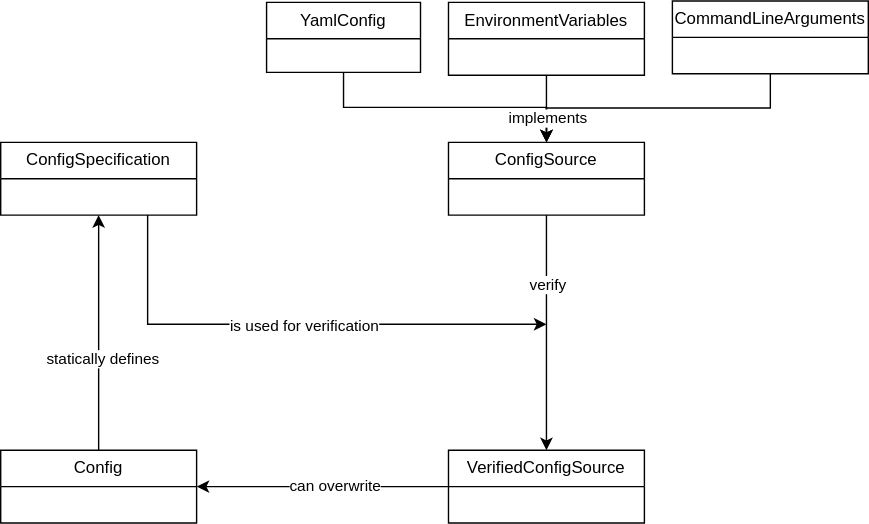
The draw.io diagram doc/config.svg in GenSpectrum/LAPIS-SILO, before a commit. Source tidied: cells renumbered, new cells last; positions are measured from the earlier drawing's top-left corner, leaving out a move shared by most shapes.
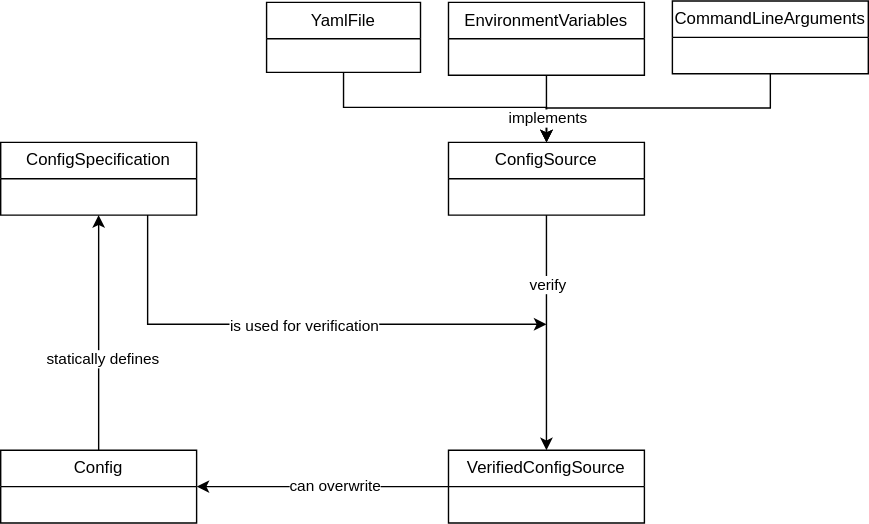
Later version of the same file.

Diff of the diagram source:
```diff
@@ -48,7 +48,7 @@
     <mxCell id="14" style="edgeStyle=orthogonalEdgeStyle;rounded=0;jettySize=auto;html=1;exitX=0.5;exitY=1;exitDx=0;exitDy=0;entryX=0.5;entryY=0;entryDx=0;entryDy=0;" parent="1" edge="1" source="15" target="13">
       <mxGeometry relative="1" as="geometry" />
     </mxCell>
-    <mxCell id="15" value="YamlConfig" style="swimlane;fontStyle=0;horizontal=1;startSize=26;fillColor=none;whiteSpace=wrap;html=1;" parent="1" vertex="1">
+    <mxCell id="15" value="YamlFile" style="swimlane;fontStyle=0;horizontal=1;startSize=26;fillColor=none;whiteSpace=wrap;html=1;" parent="1" vertex="1">
       <mxGeometry x="190" y="1" width="110" height="50" as="geometry" />
     </mxCell>
     <mxCell id="16" style="edgeStyle=orthogonalEdgeStyle;rounded=0;jettySize=auto;html=1;exitX=0.5;exitY=1;exitDx=0;exitDy=0;" parent="1" edge="1" source="17">
```
